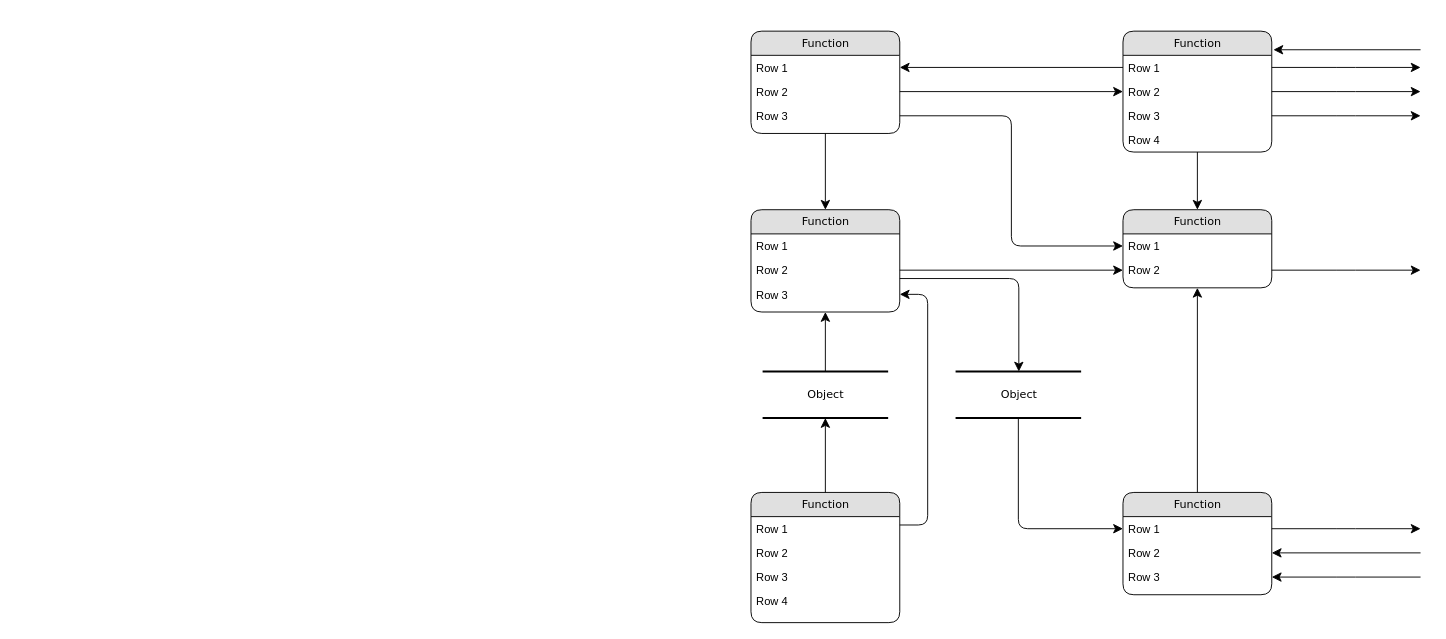
Earlier version of the draw.io diagram Untitled Diagram.drawio (soedad/design). Source tidied: cells renumbered, new cells numbered last; positions are measured from the earlier drawing's top-left corner, leaving out a move shared by most shapes. Both pictures are drawn from the tidied source at 93%, with x=0, y=0 at pixel (751, 31).
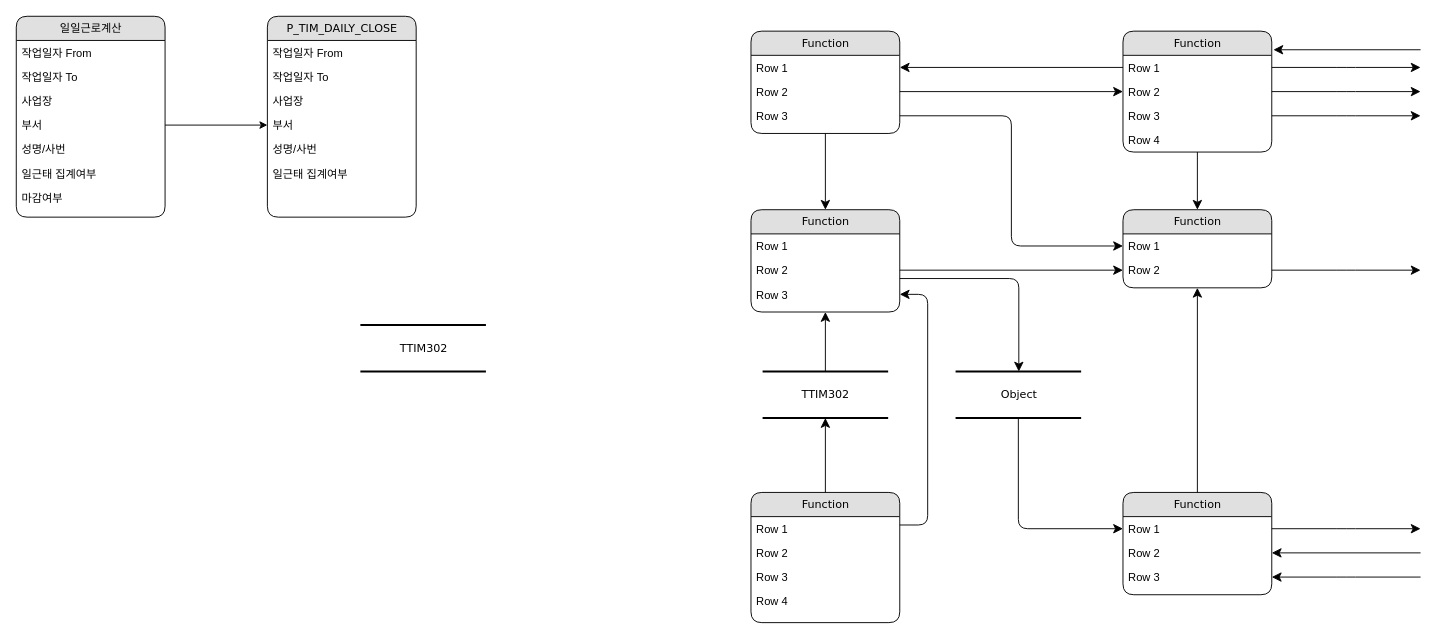
The same page after the edit.

The edit, as a diff of the source:
```diff
@@
-    <mxCell id="2" value="Object" style="html=1;rounded=0;shadow=0;comic=0;labelBackgroundColor=none;strokeColor=#000000;strokeWidth=2;fillColor=#FFFFFF;fontFamily=Verdana;fontSize=12;fontColor=#000000;align=center;shape=mxgraph.ios7ui.horLines;" parent="1" vertex="1">
+    <mxCell id="2" value="TTIM302" style="html=1;rounded=0;shadow=0;comic=0;labelBackgroundColor=none;strokeColor=#000000;strokeWidth=2;fillColor=#FFFFFF;fontFamily=Verdana;fontSize=12;fontColor=#000000;align=center;shape=mxgraph.ios7ui.horLines;" parent="1" vertex="1">
       <mxGeometry x="12.5" y="366" width="135" height="50" as="geometry" />
     </mxCell>
@@
+    <mxCell id="49" value="TTIM302" style="html=1;rounded=0;shadow=0;comic=0;labelBackgroundColor=none;strokeColor=#000000;strokeWidth=2;fillColor=#FFFFFF;fontFamily=Verdana;fontSize=12;fontColor=#000000;align=center;shape=mxgraph.ios7ui.horLines;" parent="1" vertex="1">
+      <mxGeometry x="-420" y="316" width="135" height="50" as="geometry" />
+    </mxCell>
+    <mxCell id="50" value="일일근로계산" style="swimlane;html=1;fontStyle=0;horizontal=1;startSize=26;fillColor=#e0e0e0;swimlaneFillColor=#ffffff;align=center;rounded=1;shadow=0;comic=0;labelBackgroundColor=none;strokeColor=#000000;strokeWidth=1;fontFamily=Verdana;fontSize=12;fontColor=#000000;" parent="1" vertex="1">
+      <mxGeometry x="-790" y="-16" width="160" height="216" as="geometry" />
+    </mxCell>
+    <mxCell id="51" value="작업일자 From" style="text;html=1;strokeColor=none;fillColor=none;spacingLeft=4;spacingRight=4;whiteSpace=wrap;overflow=hidden;" parent="50" vertex="1">
+      <mxGeometry y="26" width="160" height="26" as="geometry" />
+    </mxCell>
+    <mxCell id="52" value="작업일자 To" style="text;html=1;strokeColor=none;fillColor=none;spacingLeft=4;spacingRight=4;whiteSpace=wrap;overflow=hidden;" parent="50" vertex="1">
+      <mxGeometry y="52" width="160" height="26" as="geometry" />
+    </mxCell>
+    <mxCell id="53" value="사업장" style="text;html=1;strokeColor=none;fillColor=none;spacingLeft=4;spacingRight=4;whiteSpace=wrap;overflow=hidden;" parent="50" vertex="1">
+      <mxGeometry y="78" width="160" height="26" as="geometry" />
+    </mxCell>
+    <mxCell id="54" value="부서" style="text;html=1;strokeColor=none;fillColor=none;spacingLeft=4;spacingRight=4;whiteSpace=wrap;overflow=hidden;points=[[0,0.5],[1,0.5]];portConstraint=eastwest;" parent="50" vertex="1">
+      <mxGeometry y="104" width="160" height="26" as="geometry" />
+    </mxCell>
+    <mxCell id="55" value="성명/사번" style="text;html=1;strokeColor=none;fillColor=none;spacingLeft=4;spacingRight=4;whiteSpace=wrap;overflow=hidden;" parent="50" vertex="1">
+      <mxGeometry y="130" width="160" height="26" as="geometry" />
+    </mxCell>
+    <mxCell id="56" value="일근태 집계여부" style="text;html=1;strokeColor=none;fillColor=none;spacingLeft=4;spacingRight=4;whiteSpace=wrap;overflow=hidden;" parent="50" vertex="1">
+      <mxGeometry y="156" width="160" height="26" as="geometry" />
+    </mxCell>
+    <mxCell id="57" value="마감여부" style="text;html=1;strokeColor=none;fillColor=none;spacingLeft=4;spacingRight=4;whiteSpace=wrap;overflow=hidden;" parent="1" vertex="1">
+      <mxGeometry x="-790" y="166" width="160" height="26" as="geometry" />
+    </mxCell>
+    <mxCell id="58" value="P_TIM_DAILY_CLOSE" style="swimlane;html=1;fontStyle=0;horizontal=1;startSize=26;fillColor=#e0e0e0;swimlaneFillColor=#ffffff;align=center;rounded=1;shadow=0;comic=0;labelBackgroundColor=none;strokeColor=#000000;strokeWidth=1;fontFamily=Verdana;fontSize=12;fontColor=#000000;" parent="1" vertex="1">
+      <mxGeometry x="-520" y="-16" width="160" height="216" as="geometry" />
+    </mxCell>
+    <mxCell id="59" value="작업일자 From" style="text;html=1;strokeColor=none;fillColor=none;spacingLeft=4;spacingRight=4;whiteSpace=wrap;overflow=hidden;" parent="58" vertex="1">
+      <mxGeometry y="26" width="160" height="26" as="geometry" />
+    </mxCell>
+    <mxCell id="60" value="작업일자 To" style="text;html=1;strokeColor=none;fillColor=none;spacingLeft=4;spacingRight=4;whiteSpace=wrap;overflow=hidden;" parent="58" vertex="1">
+      <mxGeometry y="52" width="160" height="26" as="geometry" />
+    </mxCell>
+    <mxCell id="61" value="사업장" style="text;html=1;strokeColor=none;fillColor=none;spacingLeft=4;spacingRight=4;whiteSpace=wrap;overflow=hidden;" parent="58" vertex="1">
+      <mxGeometry y="78" width="160" height="26" as="geometry" />
+    </mxCell>
+    <mxCell id="62" value="부서" style="text;html=1;strokeColor=none;fillColor=none;spacingLeft=4;spacingRight=4;whiteSpace=wrap;overflow=hidden;points=[[0,0.5],[1,0.5]];portConstraint=eastwest;" parent="58" vertex="1">
+      <mxGeometry y="104" width="160" height="26" as="geometry" />
+    </mxCell>
+    <mxCell id="63" value="성명/사번" style="text;html=1;strokeColor=none;fillColor=none;spacingLeft=4;spacingRight=4;whiteSpace=wrap;overflow=hidden;" parent="58" vertex="1">
+      <mxGeometry y="130" width="160" height="26" as="geometry" />
+    </mxCell>
+    <mxCell id="64" value="일근태 집계여부" style="text;html=1;strokeColor=none;fillColor=none;spacingLeft=4;spacingRight=4;whiteSpace=wrap;overflow=hidden;" parent="58" vertex="1">
+      <mxGeometry y="156" width="160" height="26" as="geometry" />
+    </mxCell>
+    <mxCell id="65" style="edgeStyle=orthogonalEdgeStyle;rounded=0;jettySize=auto;html=1;exitX=1;exitY=0.5;exitDx=0;exitDy=0;entryX=0;entryY=0.5;entryDx=0;entryDy=0;" parent="1" edge="1" source="54" target="62">
+      <mxGeometry relative="1" as="geometry" />
+    </mxCell>
```
